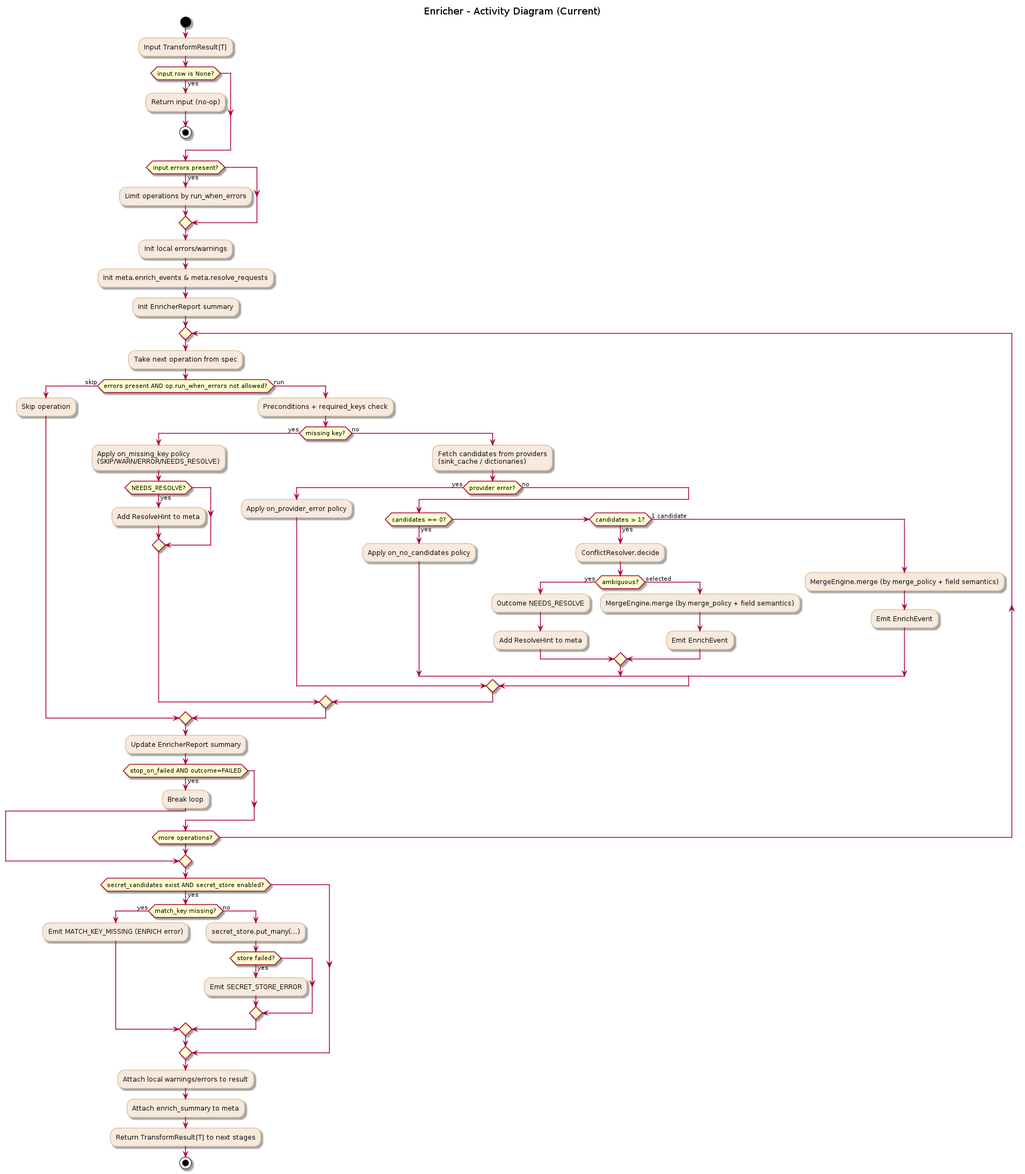
Earlier version of the PlantUML export docs/uml/transform/enricher/enricher_activity.png (xORex-LC/nexus-etl). Its source is kept beside it as docs/uml/transform/enricher/enricher_activity.puml.
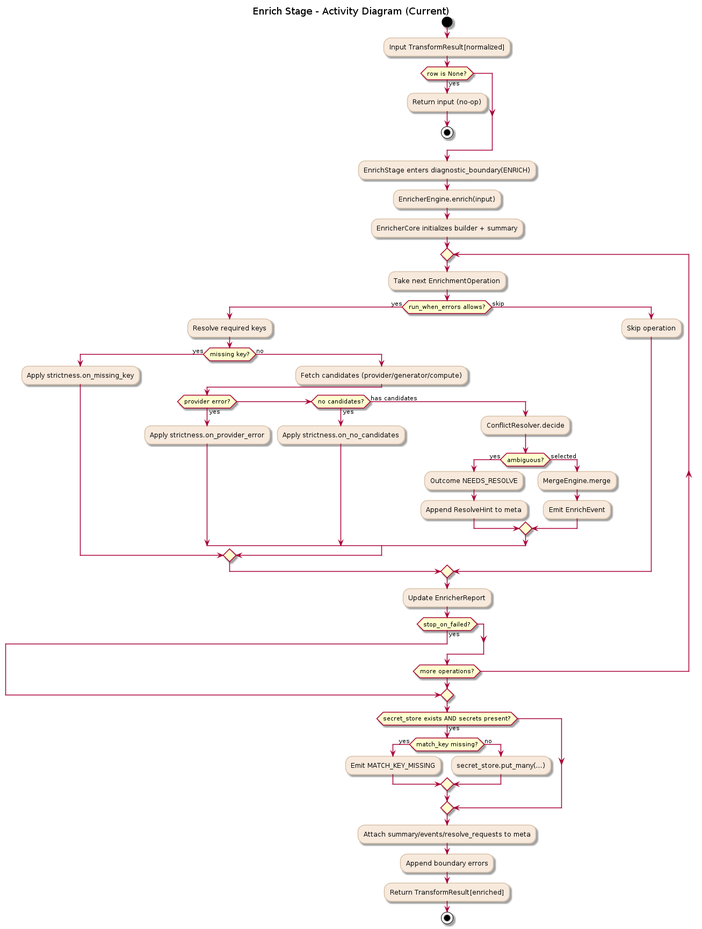
After the change.

The edit, as a diff of the source:
```diff
@@ -1,5 +1,5 @@
 @startuml
-title Enricher - Activity Diagram (Current)
+title Enrich Stage - Activity Diagram (Current)
 skinparam backgroundColor white
 skinparam linetype ortho
 skinparam defaultFontName Arial
@@ -9,79 +9,61 @@
 }
 
 start
-:Input TransformResult[T];
+:Input TransformResult[normalized];
 
-if (input.row is None?) then (yes)
+if (row is None?) then (yes)
   :Return input (no-op);
   stop
 endif
 
-if (input.errors present?) then (yes)
-  :Limit operations by run_when_errors;
-endif
-
-:Init local errors/warnings;
-:Init meta.enrich_events & meta.resolve_requests;
-:Init EnricherReport summary;
+:EnrichStage enters diagnostic_boundary(ENRICH);
+:EnricherEngine.enrich(input);
+:EnricherCore initializes builder + summary;
 
 repeat
-  :Take next operation from spec;
-  if (errors present AND op.run_when_errors not allowed?) then (skip)
-    :Skip operation;
-  else (run)
-
-  :Preconditions + required_keys check;
-  if (missing key?) then (yes)
-    :Apply on_missing_key policy\n(SKIP/WARN/ERROR/NEEDS_RESOLVE);
-    if (NEEDS_RESOLVE?) then (yes)
-      :Add ResolveHint to meta;
-    endif
-  else (no)
-    :Fetch candidates from providers\n(sink_cache / dictionaries);
-    if (provider error?) then (yes)
-      :Apply on_provider_error policy;
+  :Take next EnrichmentOperation;
+  if (run_when_errors allows?) then (yes)
+    :Resolve required keys;
+    if (missing key?) then (yes)
+      :Apply strictness.on_missing_key;
     else (no)
-      if (candidates == 0?) then (yes)
-        :Apply on_no_candidates policy;
-      elseif (candidates > 1?) then (yes)
+      :Fetch candidates (provider/generator/compute);
+      if (provider error?) then (yes)
+        :Apply strictness.on_provider_error;
+      elseif (no candidates?) then (yes)
+        :Apply strictness.on_no_candidates;
+      else (has candidates)
         :ConflictResolver.decide;
         if (ambiguous?) then (yes)
           :Outcome NEEDS_RESOLVE;
-          :Add ResolveHint to meta;
+          :Append ResolveHint to meta;
         else (selected)
-          :MergeEngine.merge (by merge_policy + field semantics);
+          :MergeEngine.merge;
           :Emit EnrichEvent;
         endif
-      else (1 candidate)
-        :MergeEngine.merge (by merge_policy + field semantics);
-        :Emit EnrichEvent;
       endif
     endif
-  endif
+  else (skip)
+    :Skip operation;
   endif
 
-  :Update EnricherReport summary;
-  if (stop_on_failed AND outcome=FAILED) then (yes)
-    :Break loop;
+  :Update EnricherReport;
+  if (stop_on_failed?) then (yes)
     break
   endif
-
 repeat while (more operations?)
 
-if (secret_candidates exist AND secret_store enabled?) then (yes)
+if (secret_store exists AND secrets present?) then (yes)
   if (match_key missing?) then (yes)
-    :Emit MATCH_KEY_MISSING (ENRICH error);
+    :Emit MATCH_KEY_MISSING;
   else (no)
     :secret_store.put_many(...);
-    if (store failed?) then (yes)
-      :Emit SECRET_STORE_ERROR;
-    endif
   endif
 endif
 
-:Attach local warnings/errors to result;
-:Attach enrich_summary to meta;
-:Return TransformResult[T] to next stages;
+:Attach summary/events/resolve_requests to meta;
+:Append boundary errors;
+:Return TransformResult[enriched];
 stop
 
 @enduml
```
